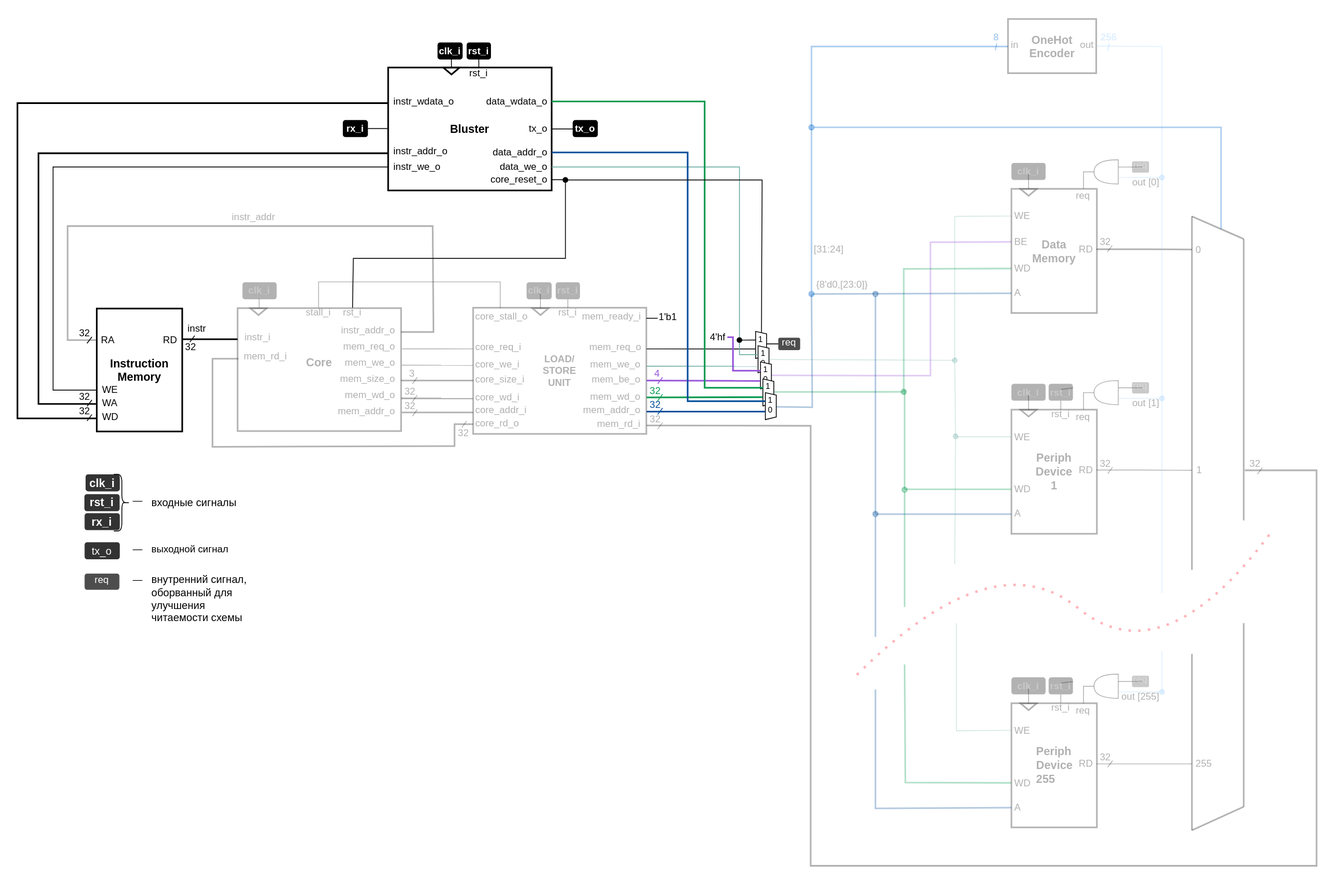
Earlier version of the draw.io export .pic/Labs/lab_15_programming_device/fig_04.drawio.svg (MPSU/APS). Source tidied: cells renumbered, new cells last; positions are measured from the earlier drawing's top-left corner, leaving out a move shared by most shapes.
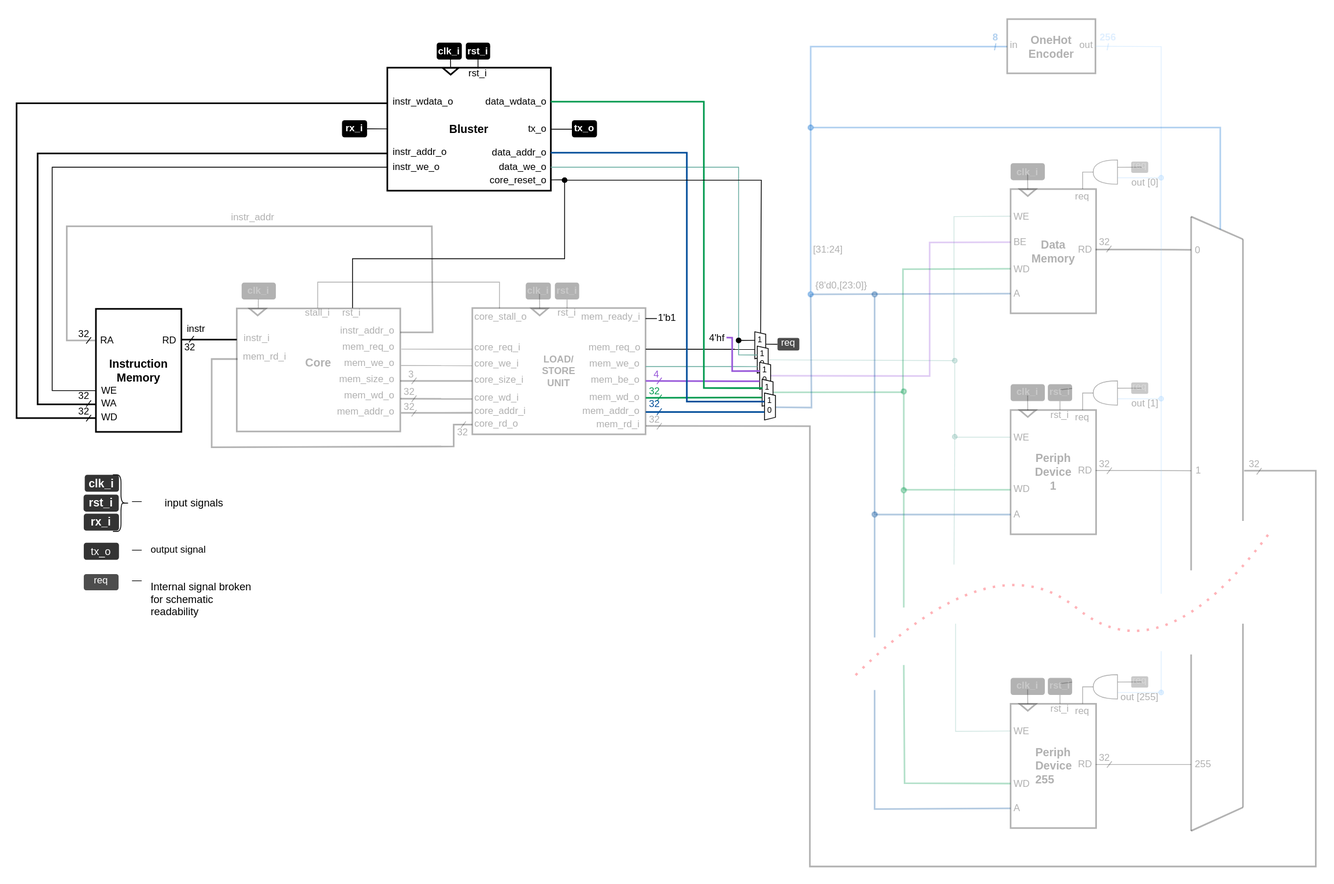
After the change.

Change to the diagram source:
```diff
@@ -11,8 +11,8 @@
     <mxCell id="4" value="&lt;p style=&quot;line-height: 130%;&quot;&gt;&lt;font style=&quot;font-size: 14px;&quot;&gt;&lt;b&gt;rst_i&lt;/b&gt;&lt;/font&gt;&lt;/p&gt;" style="text;html=1;strokeColor=none;fillColor=#333333;align=center;verticalAlign=middle;whiteSpace=wrap;rounded=1;fontSize=13;fontColor=#FFFFFF;comic=0;jiggle=0.5;" parent="1" vertex="1">
       <mxGeometry x="82.8" y="590.5" width="43.5" height="21" as="geometry" />
     </mxCell>
-    <mxCell id="5" value="&lt;font style=&quot;font-size: 13px;&quot;&gt;входные сигналы&lt;/font&gt;" style="text;html=1;align=center;verticalAlign=middle;strokeColor=none;fillColor=none;comic=0;" parent="1" vertex="1">
-      <mxGeometry x="156.3" y="586.7" width="124" height="29" as="geometry" />
+    <mxCell id="5" value="&lt;font style=&quot;font-size: 13px;&quot;&gt;input signals&lt;/font&gt;" style="text;html=1;align=center;verticalAlign=middle;strokeColor=none;fillColor=none;comic=0;" parent="1" vertex="1">
+      <mxGeometry x="173.3" y="586.7" width="91" height="29" as="geometry" />
     </mxCell>
     <mxCell id="6" style="endArrow=none;dashed=1;html=1;dashPattern=1 3;strokeWidth=3;curved=1;strokeColor=#FF0516;fillOpacity=30;strokeOpacity=30;textOpacity=30;" parent="1" edge="1">
       <mxGeometry relative="1" as="geometry">
@@ -48,7 +48,7 @@
     <mxCell id="11" value="req" style="text;html=1;strokeColor=none;fillColor=#4D4D4D;align=center;verticalAlign=middle;whiteSpace=wrap;rounded=1;comic=0;spacing=0;spacingBottom=4;fontColor=#FFFFFF;" parent="1" vertex="1">
       <mxGeometry x="83" y="688.7" width="43" height="20" as="geometry" />
     </mxCell>
-    <mxCell id="12" value="&lt;div align=&quot;left&quot;&gt;&lt;font style=&quot;font-size: 13px;&quot;&gt;внутренний сигнал, оборванный для улучшения читаемости схемы&lt;/font&gt;&lt;br&gt;&lt;/div&gt;" style="text;html=1;strokeColor=none;fillColor=none;align=left;verticalAlign=middle;whiteSpace=wrap;rounded=0;" parent="1" vertex="1">
+    <mxCell id="12" value="&lt;div align=&quot;left&quot;&gt;&lt;font style=&quot;font-size: 13px;&quot;&gt;Internal signal broken for schematic readability&lt;/font&gt;&lt;br&gt;&lt;/div&gt;" style="text;html=1;strokeColor=none;fillColor=none;align=left;verticalAlign=middle;whiteSpace=wrap;rounded=0;" parent="1" vertex="1">
       <mxGeometry x="164" y="682.2" width="131" height="76" as="geometry" />
     </mxCell>
     <mxCell id="13" value="—" style="text;html=1;strokeColor=none;fillColor=none;align=center;verticalAlign=middle;whiteSpace=wrap;rounded=0;" parent="1" vertex="1">
@@ -1037,7 +1037,7 @@
     <mxCell id="234" value="—" style="text;html=1;strokeColor=none;fillColor=none;align=center;verticalAlign=middle;whiteSpace=wrap;rounded=0;" parent="1" vertex="1">
       <mxGeometry x="119" y="643.7" width="60" height="30" as="geometry" />
     </mxCell>
-    <mxCell id="235" value="выходной сигнал" style="text;html=1;strokeColor=none;fillColor=none;align=left;verticalAlign=middle;whiteSpace=wrap;rounded=0;" parent="1" vertex="1">
+    <mxCell id="235" value="output signal" style="text;html=1;strokeColor=none;fillColor=none;align=left;verticalAlign=middle;whiteSpace=wrap;rounded=0;" parent="1" vertex="1">
       <mxGeometry x="164" y="645.2" width="101" height="27.8" as="geometry" />
     </mxCell>
   </root>
```
